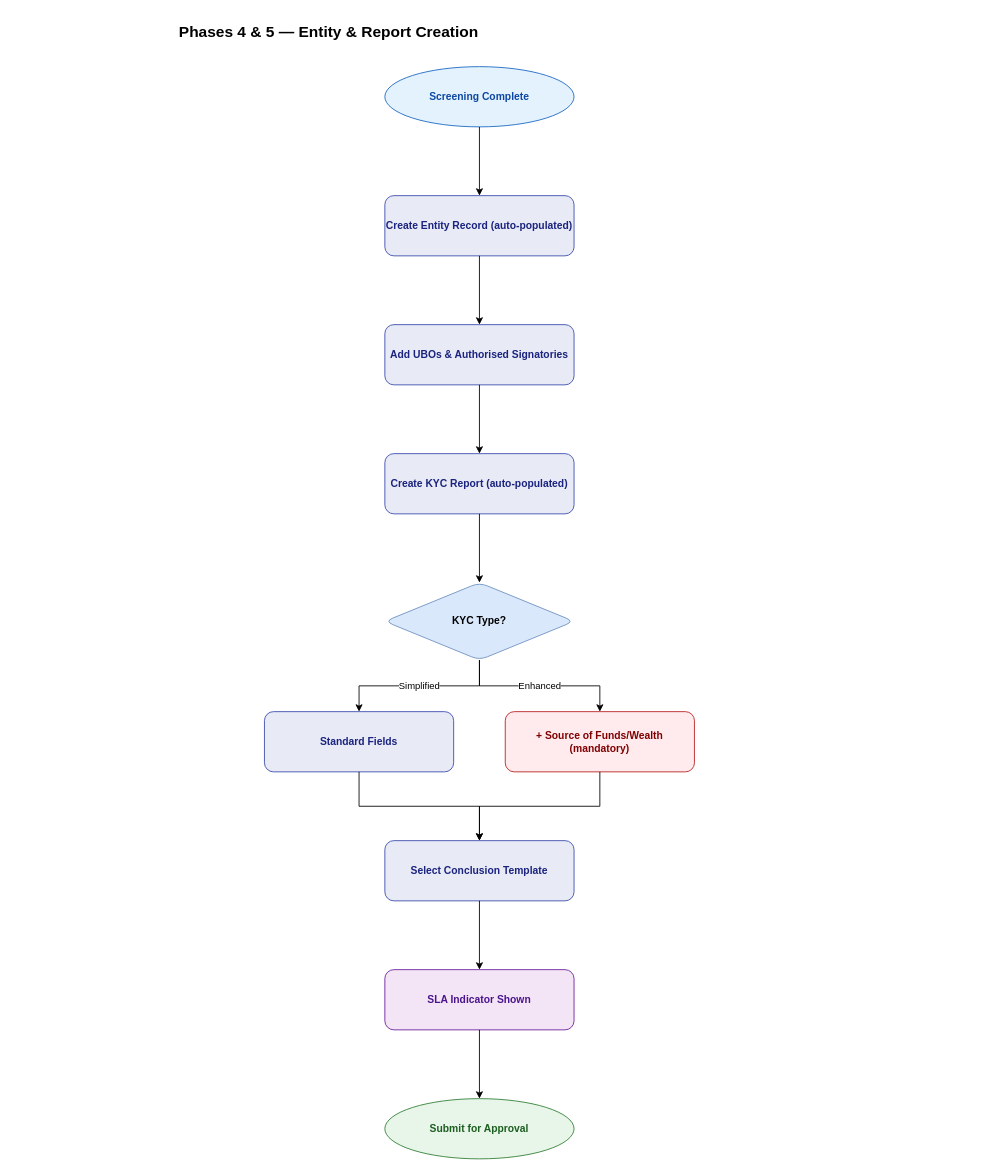
mazharr-hussain/KycReport keeps this draw.io diagram as page "Phase 4-5 Detail" (6 of 9) of diagrams/drawio/best-practice-e2e.drawio. Above is the earlier version. Source tidied: cells renumbered, new cells numbered last; positions are measured from the earlier drawing's top-left corner, leaving out a move shared by most shapes. Both pictures are drawn from the tidied source at 86%, with x=0, y=0 at pixel (71, 15).
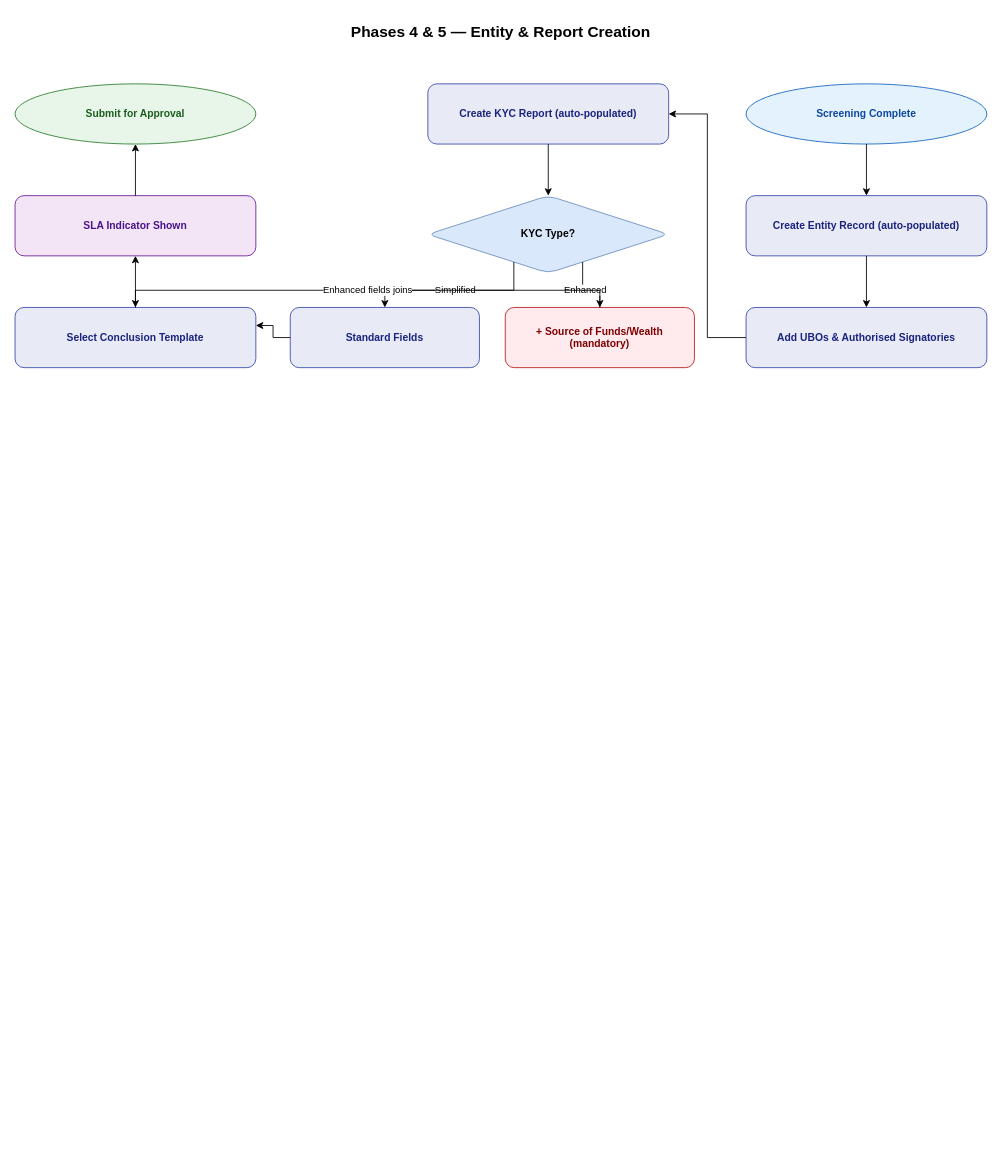
The same page after the edit.

What changed in the source:
```diff
@@
     <mxCell id="2" value="Phases 4 &amp; 5 — Entity &amp; Report Creation" style="text;html=1;strokeColor=none;fillColor=none;align=center;verticalAlign=middle;whiteSpace=wrap;rounded=0;fontSize=18;fontStyle=1;" parent="1" vertex="1">
-      <mxGeometry width="600" height="40" as="geometry" />
+      <mxGeometry x="200" width="600" height="40" as="geometry" />
     </mxCell>
     <mxCell id="3" value="Screening Complete" style="ellipse;whiteSpace=wrap;html=1;fillColor=#E3F2FD;strokeColor=#1565C0;fontColor=#0D47A1;fontSize=12;fontStyle=1;rounded=1;" parent="1" vertex="1">
-      <mxGeometry x="365" y="60" width="220" height="70" as="geometry" />
+      <mxGeometry x="785" y="80" width="280" height="70" as="geometry" />
     </mxCell>
     <mxCell id="4" value="Create Entity Record (auto-populated)" style="rect;whiteSpace=wrap;html=1;fillColor=#E8EAF6;strokeColor=#3949AB;fontColor=#1A237E;fontSize=12;fontStyle=1;rounded=1;" parent="1" vertex="1">
-      <mxGeometry x="365" y="210" width="220" height="70" as="geometry" />
+      <mxGeometry x="785" y="210" width="280" height="70" as="geometry" />
     </mxCell>
     <mxCell id="5" value="Add UBOs &amp; Authorised Signatories" style="rect;whiteSpace=wrap;html=1;fillColor=#E8EAF6;strokeColor=#3949AB;fontColor=#1A237E;fontSize=12;fontStyle=1;rounded=1;" parent="1" vertex="1">
-      <mxGeometry x="365" y="360" width="220" height="70" as="geometry" />
+      <mxGeometry x="785" y="340" width="280" height="70" as="geometry" />
     </mxCell>
     <mxCell id="6" value="Create KYC Report (auto-populated)" style="rect;whiteSpace=wrap;html=1;fillColor=#E8EAF6;strokeColor=#3949AB;fontColor=#1A237E;fontSize=12;fontStyle=1;rounded=1;" parent="1" vertex="1">
-      <mxGeometry x="365" y="510" width="220" height="70" as="geometry" />
+      <mxGeometry x="415" y="80" width="280" height="70" as="geometry" />
     </mxCell>
     <mxCell id="7" value="KYC Type?" style="rhombus;whiteSpace=wrap;html=1;fillColor=#dae8fc;strokeColor=#6c8ebf;fontColor=#000000;fontSize=12;fontStyle=1;rounded=1;" parent="1" vertex="1">
-      <mxGeometry x="365" y="660" width="220" height="90" as="geometry" />
+      <mxGeometry x="415" y="210" width="280" height="90" as="geometry" />
     </mxCell>
     <mxCell id="8" value="Standard Fields" style="rect;whiteSpace=wrap;html=1;fillColor=#E8EAF6;strokeColor=#3949AB;fontColor=#1A237E;fontSize=12;fontStyle=1;rounded=1;" parent="1" vertex="1">
-      <mxGeometry x="225" y="810" width="220" height="70" as="geometry" />
+      <mxGeometry x="255" y="340" width="220" height="70" as="geometry" />
     </mxCell>
     <mxCell id="9" value="+ Source of Funds/Wealth (mandatory)" style="rect;whiteSpace=wrap;html=1;fillColor=#FFEBEE;strokeColor=#B71C1C;fontColor=#7F0000;fontSize=12;fontStyle=1;rounded=1;" parent="1" vertex="1">
-      <mxGeometry x="505" y="810" width="220" height="70" as="geometry" />
+      <mxGeometry x="505" y="340" width="220" height="70" as="geometry" />
     </mxCell>
     <mxCell id="10" value="Select Conclusion Template" style="rect;whiteSpace=wrap;html=1;fillColor=#E8EAF6;strokeColor=#3949AB;fontColor=#1A237E;fontSize=12;fontStyle=1;rounded=1;" parent="1" vertex="1">
-      <mxGeometry x="365" y="960" width="220" height="70" as="geometry" />
+      <mxGeometry x="-65" y="340" width="280" height="70" as="geometry" />
     </mxCell>
     <mxCell id="11" value="SLA Indicator Shown" style="rect;whiteSpace=wrap;html=1;fillColor=#F3E5F5;strokeColor=#6A1B9A;fontColor=#4A148C;fontSize=12;fontStyle=1;rounded=1;" parent="1" vertex="1">
-      <mxGeometry x="365" y="1110" width="220" height="70" as="geometry" />
+      <mxGeometry x="-65" y="210" width="280" height="70" as="geometry" />
     </mxCell>
     <mxCell id="12" value="Submit for Approval" style="ellipse;whiteSpace=wrap;html=1;fillColor=#E8F5E9;strokeColor=#2E7D32;fontColor=#1B5E20;fontSize=12;fontStyle=1;rounded=1;" parent="1" vertex="1">
-      <mxGeometry x="365" y="1260" width="220" height="70" as="geometry" />
+      <mxGeometry x="-65" y="80" width="280" height="70" as="geometry" />
     </mxCell>
-    <mxCell id="13" style="edgeStyle=orthogonalEdgeStyle;rounded=0;html=1;fontSize=11;" parent="1" edge="1" source="3" target="4">
+    <mxCell id="13" style="edgeStyle=orthogonalEdgeStyle;rounded=0;html=1;fontSize=11;exitX=0.5;exitY=1;entryX=0.5;entryY=0;" parent="1" edge="1" source="3" target="4">
       <mxGeometry relative="1" as="geometry" />
     </mxCell>
-    <mxCell id="14" style="edgeStyle=orthogonalEdgeStyle;rounded=0;html=1;fontSize=11;" parent="1" edge="1" source="4" target="5">
+    <mxCell id="14" style="edgeStyle=orthogonalEdgeStyle;rounded=0;html=1;fontSize=11;exitX=0.5;exitY=1;entryX=0.5;entryY=0;" parent="1" edge="1" source="4" target="5">
       <mxGeometry relative="1" as="geometry" />
     </mxCell>
-    <mxCell id="15" style="edgeStyle=orthogonalEdgeStyle;rounded=0;html=1;fontSize=11;" parent="1" edge="1" source="5" target="6">
+    <mxCell id="15" style="edgeStyle=orthogonalEdgeStyle;rounded=0;html=1;fontSize=11;exitX=0;exitY=0.5;entryX=1;entryY=0.5;" parent="1" edge="1" source="5" target="6">
       <mxGeometry relative="1" as="geometry" />
     </mxCell>
-    <mxCell id="16" style="edgeStyle=orthogonalEdgeStyle;rounded=0;html=1;fontSize=11;" parent="1" edge="1" source="6" target="7">
+    <mxCell id="16" style="edgeStyle=orthogonalEdgeStyle;rounded=0;html=1;fontSize=11;exitX=0.5;exitY=1;entryX=0.5;entryY=0;" parent="1" edge="1" source="6" target="7">
       <mxGeometry relative="1" as="geometry" />
     </mxCell>
-    <mxCell id="17" value="Simplified" style="edgeStyle=orthogonalEdgeStyle;rounded=0;html=1;fontSize=11;" parent="1" edge="1" source="7" target="8">
+    <mxCell id="17" value="Simplified" style="edgeStyle=orthogonalEdgeStyle;rounded=0;html=1;fontSize=11;exitX=0.3;exitY=1;entryX=0.5;entryY=0;" parent="1" edge="1" source="7" target="8">
       <mxGeometry relative="1" as="geometry" />
     </mxCell>
-    <mxCell id="18" value="Enhanced" style="edgeStyle=orthogonalEdgeStyle;rounded=0;html=1;fontSize=11;" parent="1" edge="1" source="7" target="9">
+    <mxCell id="18" value="Enhanced" style="edgeStyle=orthogonalEdgeStyle;rounded=0;html=1;fontSize=11;exitX=0.7;exitY=1;entryX=0.5;entryY=0;" parent="1" edge="1" source="7" target="9">
       <mxGeometry relative="1" as="geometry" />
     </mxCell>
-    <mxCell id="19" style="edgeStyle=orthogonalEdgeStyle;rounded=0;html=1;fontSize=11;" parent="1" edge="1" source="8" target="10">
+    <mxCell id="19" style="edgeStyle=orthogonalEdgeStyle;rounded=0;html=1;fontSize=11;exitX=0;exitY=0.5;entryX=1;entryY=0.3;" parent="1" edge="1" source="8" target="10">
       <mxGeometry relative="1" as="geometry" />
     </mxCell>
-    <mxCell id="20" style="edgeStyle=orthogonalEdgeStyle;rounded=0;html=1;fontSize=11;" parent="1" edge="1" source="9" target="10">
-      <mxGeometry relative="1" as="geometry" />
+    <mxCell id="20" value="Enhanced fields joins" style="edgeStyle=orthogonalEdgeStyle;rounded=0;html=1;fontSize=11;exitX=0.5;exitY=0;entryX=0.5;entryY=0;" parent="1" edge="1" source="9" target="10">
+      <mxGeometry relative="1" as="geometry">
+        <Array as="points">
+          <mxPoint x="615" y="320" />
+          <mxPoint x="75" y="320" />
+        </Array>
+      </mxGeometry>
     </mxCell>
-    <mxCell id="21" style="edgeStyle=orthogonalEdgeStyle;rounded=0;html=1;fontSize=11;" parent="1" edge="1" source="10" target="11">
+    <mxCell id="21" style="edgeStyle=orthogonalEdgeStyle;rounded=0;html=1;fontSize=11;exitX=0.5;exitY=0;entryX=0.5;entryY=1;" parent="1" edge="1" source="10" target="11">
       <mxGeometry relative="1" as="geometry" />
     </mxCell>
-    <mxCell id="22" style="edgeStyle=orthogonalEdgeStyle;rounded=0;html=1;fontSize=11;" parent="1" edge="1" source="11" target="12">
+    <mxCell id="22" style="edgeStyle=orthogonalEdgeStyle;rounded=0;html=1;fontSize=11;exitX=0.5;exitY=0;entryX=0.5;entryY=1;" parent="1" edge="1" source="11" target="12">
       <mxGeometry relative="1" as="geometry" />
     </mxCell>
```
